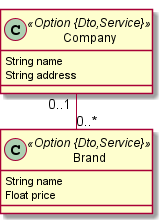
The PlantUML diagram Entity/all.png in Hell4U/JHipster-DrugWiki, before a commit.
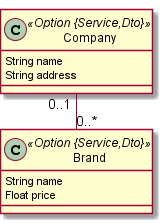
Later version of the same file.

Diff of the diagram source:
```diff
@@ -1,11 +1,11 @@
 @startuml
 	!pragma graphviz_dot jdot
 	!pragma syntax class
-	class Company <<Option {Dto,Service}>> {
+	class Company <<Option {Service,Dto}>> {
 		String name
 		String address
 	}
-	class Brand <<Option {Dto,Service}>> {
+	class Brand <<Option {Service,Dto}>> {
 		String name
 		Float price
 	}
```
